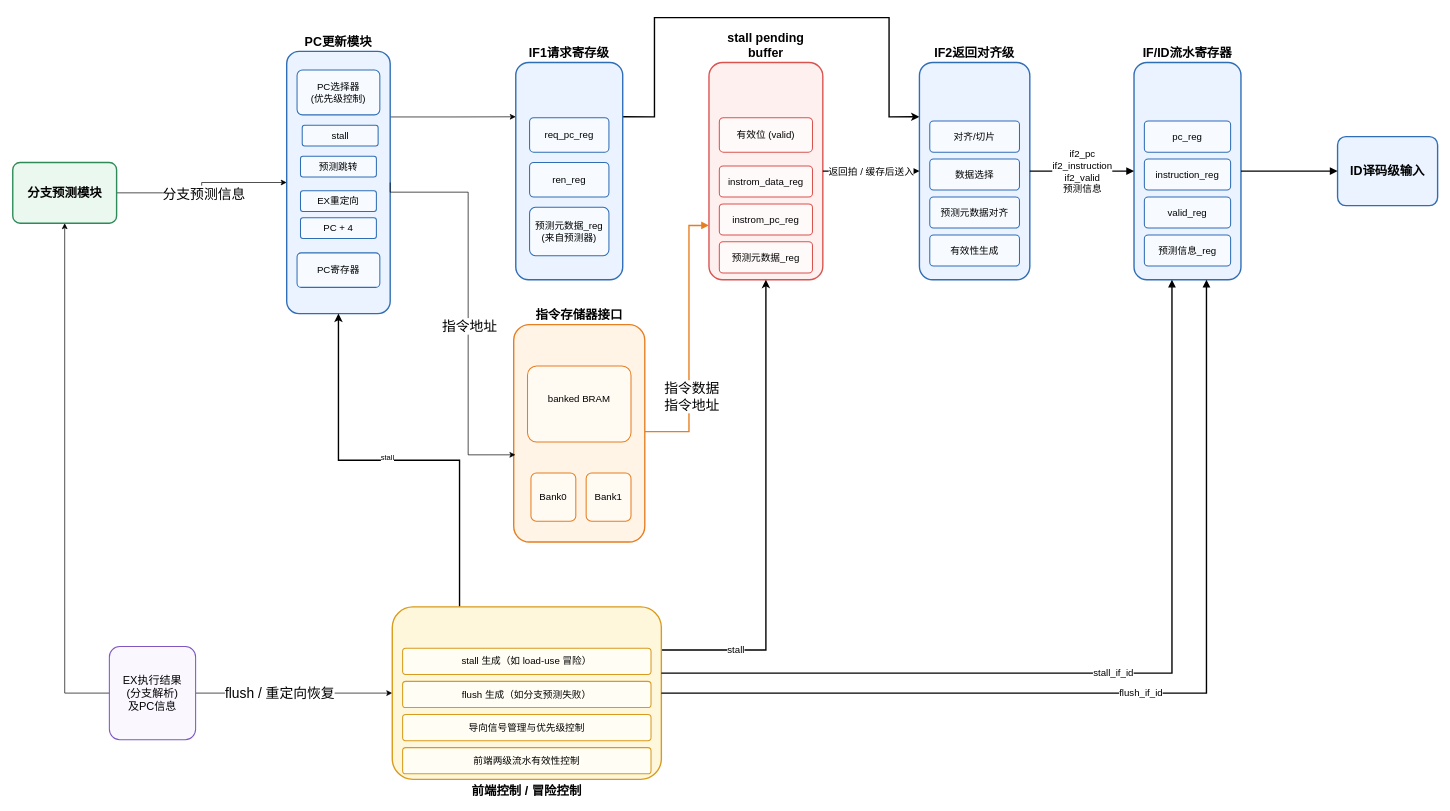
The draw.io diagram 取指端.drawio in jay101-STAR/graduation_project, before the edit. Source tidied: cells renumbered, new cells numbered last; positions are measured from the earlier drawing's top-left corner, leaving out a move shared by most shapes. Both pictures are drawn from the tidied source at 69%, with x=0, y=0 at pixel (12, 17).
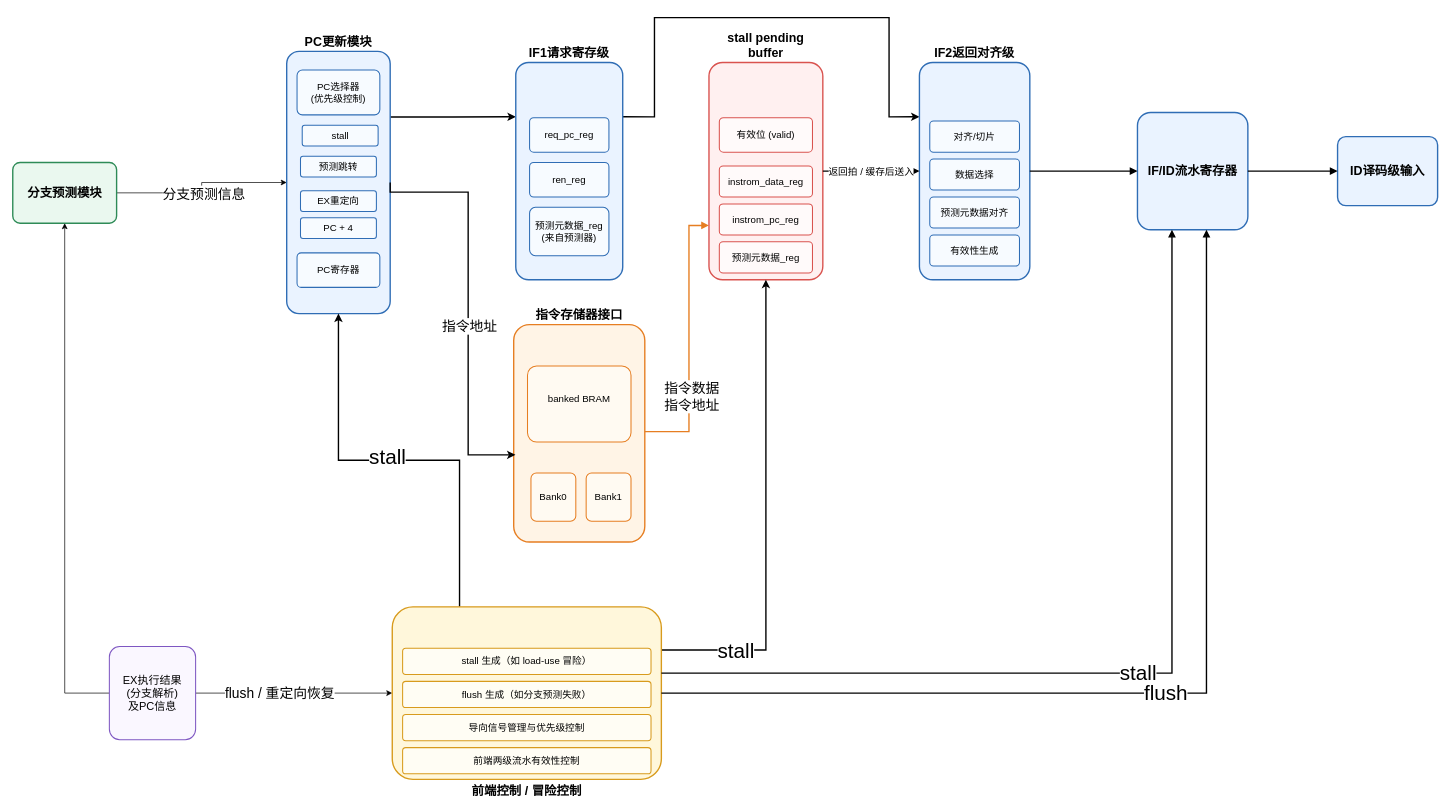
Above is the later version.

Commit message (it also covers changes not shown here):
更新取指端.drawio

Unchanged cells that the change refers to:
```xml
<mxCell id="3" value="&lt;div&gt;&lt;b style=&quot;background-color: transparent; color: light-dark(rgb(0, 0, 0), rgb(255, 255, 255));&quot;&gt;PC更新模块&lt;/b&gt;&lt;/div&gt;" style="rounded=1;whiteSpace=wrap;html=1;fillColor=#eaf3ff;strokeColor=#2f6db5;strokeWidth=2;fontSize=18;fontStyle=1;align=center;verticalAlign=bottom;labelPosition=center;verticalLabelPosition=top;arcSize=12;" parent="1" vertex="1">
  <mxGeometry x="397" y="49" width="150" height="380" as="geometry" />
</mxCell>
<mxCell id="7" value="&lt;b&gt;指令存储器接口&lt;/b&gt;" style="rounded=1;whiteSpace=wrap;html=1;fillColor=#fff4e6;strokeColor=#e67e22;strokeWidth=2;fontSize=18;fontStyle=1;align=center;verticalAlign=bottom;labelPosition=center;verticalLabelPosition=top;arcSize=12;" parent="1" vertex="1">
  <mxGeometry x="726" y="445" width="190" height="315" as="geometry" />
</mxCell>
<mxCell id="9" value="&lt;b&gt;IF1请求寄存级&lt;/b&gt;" style="rounded=1;whiteSpace=wrap;html=1;fillColor=#eaf3ff;strokeColor=#2f6db5;strokeWidth=2;fontSize=18;fontStyle=1;align=center;verticalAlign=bottom;labelPosition=center;verticalLabelPosition=top;arcSize=12;" parent="1" vertex="1">
  <mxGeometry x="729" y="65" width="155" height="315" as="geometry" />
</mxCell>
<mxCell id="11" value="&lt;b&gt;IF2返回对齐级&lt;/b&gt;" style="rounded=1;whiteSpace=wrap;html=1;fillColor=#eaf3ff;strokeColor=#2f6db5;strokeWidth=2;fontSize=18;fontStyle=1;align=center;verticalAlign=bottom;labelPosition=center;verticalLabelPosition=top;arcSize=12;" parent="1" vertex="1">
  <mxGeometry x="1314" y="65" width="160" height="315" as="geometry" />
</mxCell>
<mxCell id="42" style="edgeStyle=orthogonalEdgeStyle;rounded=0;jettySize=auto;html=1;exitX=1;exitY=0.25;exitDx=0;exitDy=0;entryX=0.5;entryY=1;entryDx=0;entryDy=0;strokeWidth=2;arcSize=12;" parent="1" edge="1" source="46" target="10">
  <mxGeometry relative="1" as="geometry" />
</mxCell>
<mxCell id="44" style="edgeStyle=orthogonalEdgeStyle;rounded=0;jettySize=auto;html=1;exitX=0.25;exitY=0;exitDx=0;exitDy=0;entryX=0.5;entryY=1;entryDx=0;entryDy=0;strokeWidth=2;" parent="1" edge="1" source="46" target="3">
  <mxGeometry relative="1" as="geometry" />
</mxCell>
<mxCell id="46" value="&lt;b&gt;前端控制 / 冒险控制&lt;/b&gt;" style="rounded=1;whiteSpace=wrap;html=1;fillColor=#fff7db;strokeColor=#d89b1d;strokeWidth=2;fontSize=18;fontStyle=1;align=center;verticalAlign=top;labelPosition=center;verticalLabelPosition=bottom;arcSize=12;" parent="1" vertex="1">
  <mxGeometry x="550" y="854" width="390" height="250" as="geometry" />
</mxCell>
```

The edit, as a diff of the source:
```diff
@@
-    <mxCell id="2" style="edgeStyle=orthogonalEdgeStyle;rounded=0;jettySize=auto;html=1;exitX=1;exitY=0.25;exitDx=0;exitDy=0;entryX=0;entryY=0.25;entryDx=0;entryDy=0;" parent="1" edge="1" source="3" target="9">
+    <mxCell id="2" style="edgeStyle=orthogonalEdgeStyle;rounded=0;jettySize=auto;html=1;exitX=1;exitY=0.25;exitDx=0;exitDy=0;entryX=0;entryY=0.25;entryDx=0;entryDy=0;strokeWidth=2;" parent="1" edge="1" source="3" target="9">
       <mxGeometry relative="1" as="geometry" />
     </mxCell>
@@
-    <mxCell id="12" value="&lt;b&gt;IF/ID流水寄存器&lt;/b&gt;" style="rounded=1;whiteSpace=wrap;html=1;fillColor=#eaf3ff;strokeColor=#2f6db5;strokeWidth=2;fontSize=18;fontStyle=1;align=center;verticalAlign=bottom;labelPosition=center;verticalLabelPosition=top;arcSize=12;" parent="1" vertex="1">
-      <mxGeometry x="1625" y="65" width="155" height="315" as="geometry" />
+    <mxCell id="12" value="&lt;b&gt;IF/ID流水寄存器&lt;/b&gt;" style="rounded=1;whiteSpace=wrap;html=1;fillColor=#eaf3ff;strokeColor=#2f6db5;strokeWidth=2;fontSize=18;fontStyle=1;align=center;verticalAlign=middle;labelPosition=center;verticalLabelPosition=middle;arcSize=12;" parent="1" vertex="1">
+      <mxGeometry x="1630" y="137.5" width="160" height="170" as="geometry" />
     </mxCell>
@@
-    <mxCell id="34" value="pc_reg" style="rounded=1;whiteSpace=wrap;html=1;fillColor=#f7fbff;strokeColor=#2f6db5;strokeWidth=1.5;fontSize=14;align=center;verticalAlign=middle;arcSize=12;" parent="1" vertex="1">
-      <mxGeometry x="1640" y="150" width="125" height="45" as="geometry" />
-    </mxCell>
-    <mxCell id="35" value="instruction_reg" style="rounded=1;whiteSpace=wrap;html=1;fillColor=#f7fbff;strokeColor=#2f6db5;strokeWidth=1.5;fontSize=14;align=center;verticalAlign=middle;arcSize=12;" parent="1" vertex="1">
-      <mxGeometry x="1640" y="205" width="125" height="45" as="geometry" />
-    </mxCell>
-    <mxCell id="36" value="valid_reg" style="rounded=1;whiteSpace=wrap;html=1;fillColor=#f7fbff;strokeColor=#2f6db5;strokeWidth=1.5;fontSize=14;align=center;verticalAlign=middle;arcSize=12;" parent="1" vertex="1">
-      <mxGeometry x="1640" y="260" width="125" height="45" as="geometry" />
-    </mxCell>
-    <mxCell id="37" value="预测信息_reg" style="rounded=1;whiteSpace=wrap;html=1;fillColor=#f7fbff;strokeColor=#2f6db5;strokeWidth=1.5;fontSize=14;align=center;verticalAlign=middle;arcSize=12;" parent="1" vertex="1">
-      <mxGeometry x="1640" y="315" width="125" height="45" as="geometry" />
-    </mxCell>
@@
-    <mxCell id="43" value="&lt;span style=&quot;font-size: 14px;&quot;&gt;stall&lt;/span&gt;" style="edgeLabel;html=1;align=center;verticalAlign=middle;arcSize=12;" parent="42" vertex="1">
+    <mxCell id="43" value="&lt;font style=&quot;font-size: 30px;&quot;&gt;stall&lt;/font&gt;" style="edgeLabel;html=1;align=center;verticalAlign=middle;arcSize=12;" parent="42" vertex="1">
       <mxGeometry x="-0.69" relative="1" as="geometry" />
     </mxCell>
@@
-    <mxCell id="45" value="stall" style="edgeLabel;html=1;align=center;verticalAlign=middle;" parent="44" vertex="1">
+    <mxCell id="45" value="&lt;font style=&quot;font-size: 30px;&quot;&gt;stall&lt;/font&gt;" style="edgeLabel;html=1;align=center;verticalAlign=middle;" parent="44" vertex="1">
       <mxGeometry x="0.06" y="-5" relative="1" as="geometry" />
     </mxCell>
@@
-    <mxCell id="54" value="if2_pc&lt;br&gt;if2_instruction&lt;br&gt;if2_valid&lt;br&gt;预测信息" style="edgeStyle=orthogonalEdgeStyle;rounded=0;jettySize=auto;html=1;endArrow=block;endFill=1;strokeWidth=2;fontSize=14;labelBackgroundColor=#ffffff;arcSize=12;" parent="1" edge="1" source="11" target="12">
+    <mxCell id="54" style="edgeStyle=orthogonalEdgeStyle;rounded=0;jettySize=auto;html=1;endArrow=block;endFill=1;strokeWidth=2;fontSize=14;labelBackgroundColor=#ffffff;arcSize=12;" parent="1" edge="1" source="11" target="12">
       <mxGeometry relative="1" as="geometry" />
     </mxCell>
@@
-    <mxCell id="56" value="stall_if_id" style="edgeStyle=orthogonalEdgeStyle;rounded=0;jettySize=auto;html=1;endArrow=block;endFill=1;strokeWidth=2;fontSize=14;labelBackgroundColor=#ffffff;arcSize=12;" parent="1" edge="1" source="46" target="12">
+    <mxCell id="56" value="&lt;font style=&quot;font-size: 30px;&quot;&gt;stall&lt;/font&gt;" style="edgeStyle=orthogonalEdgeStyle;rounded=0;jettySize=auto;html=1;endArrow=block;endFill=1;strokeWidth=2;fontSize=14;labelBackgroundColor=#ffffff;arcSize=12;" parent="1" edge="1" source="46" target="12">
       <mxGeometry relative="1" as="geometry">
         <Array as="points">
           <mxPoint x="1680" y="950" />
         </Array>
       </mxGeometry>
     </mxCell>
-    <mxCell id="57" value="flush_if_id" style="edgeStyle=orthogonalEdgeStyle;rounded=0;jettySize=auto;html=1;endArrow=block;endFill=1;strokeWidth=2;fontSize=14;labelBackgroundColor=#ffffff;arcSize=10;" parent="1" edge="1" source="46" target="12">
+    <mxCell id="57" value="&lt;font style=&quot;font-size: 30px;&quot;&gt;flush&lt;/font&gt;" style="edgeStyle=orthogonalEdgeStyle;rounded=0;jettySize=auto;html=1;endArrow=block;endFill=1;strokeWidth=2;fontSize=14;labelBackgroundColor=#ffffff;arcSize=10;" parent="1" edge="1" source="46" target="12">
       <mxGeometry relative="1" as="geometry">
         <Array as="points">
           <mxPoint x="1730" y="979" />
         </Array>
       </mxGeometry>
     </mxCell>
-    <mxCell id="58" style="edgeStyle=orthogonalEdgeStyle;rounded=0;jettySize=auto;html=1;exitX=1;exitY=0.5;exitDx=0;exitDy=0;entryX=0.013;entryY=0.599;entryDx=0;entryDy=0;entryPerimeter=0;arcSize=12;" parent="1" edge="1" source="3" target="7">
+    <mxCell id="58" style="edgeStyle=orthogonalEdgeStyle;rounded=0;jettySize=auto;html=1;exitX=1;exitY=0.5;exitDx=0;exitDy=0;entryX=0.013;entryY=0.599;entryDx=0;entryDy=0;entryPerimeter=0;arcSize=12;strokeWidth=2;" parent="1" edge="1" source="3" target="7">
       <mxGeometry relative="1" as="geometry">
         <Array as="points">
           <mxPoint x="660" y="253" />
           <mxPoint x="660" y="634" />
         </Array>
       </mxGeometry>
     </mxCell>
```
